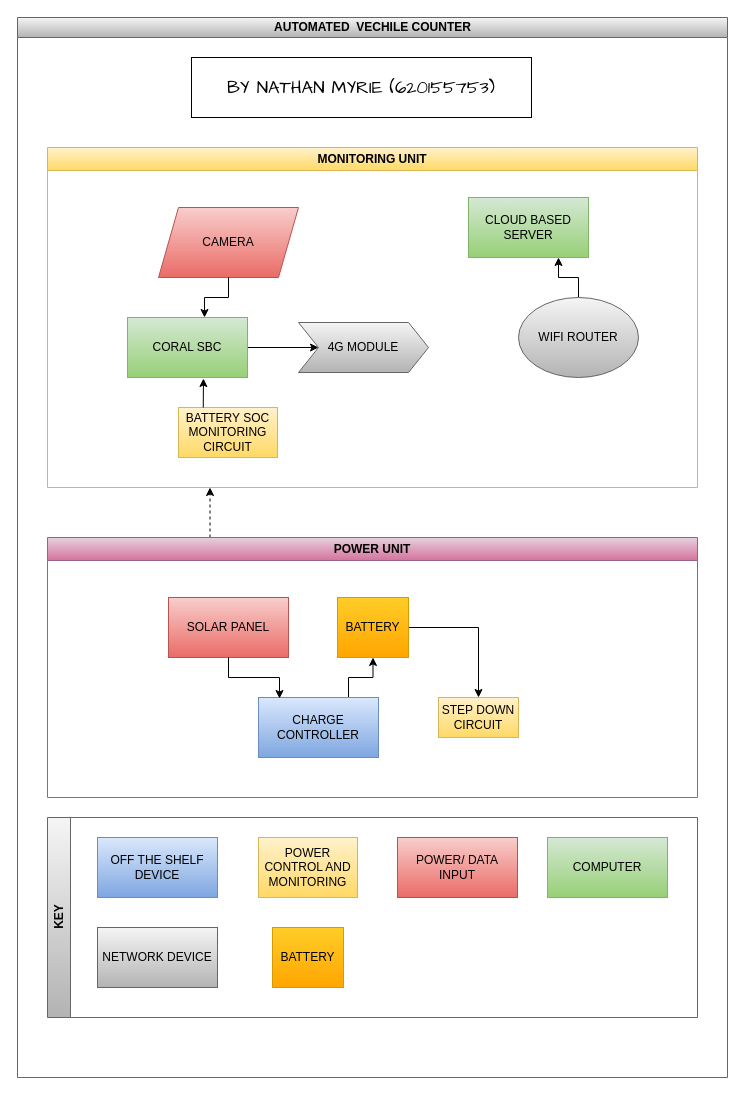
This is notes/capstone.drawio from jackneonatom/capstone, a draw.io file, before an edit. Source tidied: cells renumbered, new cells numbered last; positions are measured from the earlier drawing's top-left corner, leaving out a move shared by most shapes. Both pictures are drawn from the tidied source at 100%, with x=0, y=0 at pixel (17, 17).
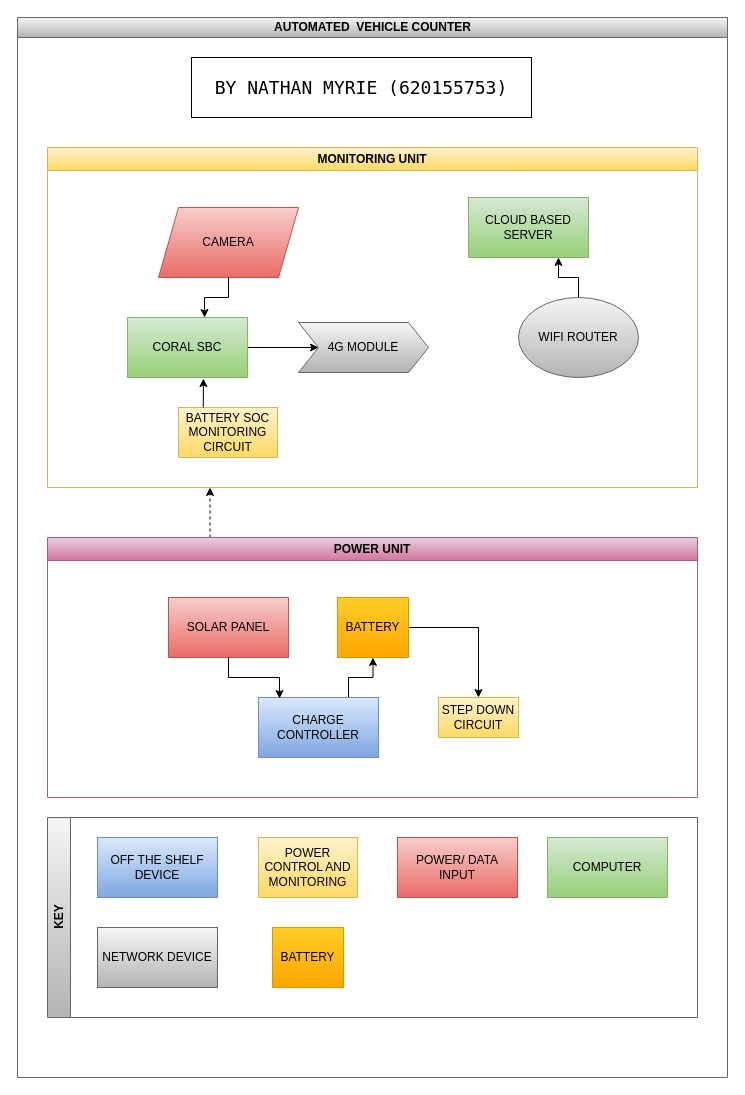
Above is the later version.

What changed in the source:
```diff
@@
-<mxGraphModel>
+<mxGraphModel background="#ffffff">
@@
-    <mxCell id="2" value="AUTOMATED&amp;nbsp; VECHILE COUNTER" style="swimlane;html=1;startSize=20;horizontal=1;containerType=tree;glass=0;fillColor=#f5f5f5;strokeColor=#666666;gradientColor=#b3b3b3;" parent="1" vertex="1">
+    <mxCell id="2" value="AUTOMATED&amp;nbsp; VEHICLE COUNTER" style="swimlane;html=1;startSize=20;horizontal=1;containerType=tree;glass=0;fillColor=#f5f5f5;strokeColor=#666666;gradientColor=#b3b3b3;" parent="1" vertex="1">
       <mxGeometry width="710" height="1060" as="geometry" />
     </mxCell>
@@
-    <mxCell id="23" value="&lt;font style=&quot;font-size: 18px;&quot; face=&quot;Comic Sans MS&quot;&gt;BY NATHAN MYRIE (620155753)&lt;/font&gt;" style="rounded=0;whiteSpace=wrap;html=1;" parent="2" vertex="1">
+    <mxCell id="23" value="&lt;font face=&quot;Lucida Console&quot; style=&quot;font-size: 18px;&quot;&gt;BY NATHAN MYRIE (620155753)&lt;/font&gt;" style="rounded=0;whiteSpace=wrap;html=1;" parent="2" vertex="1">
       <mxGeometry x="174" y="40" width="340" height="60" as="geometry" />
     </mxCell>
```
